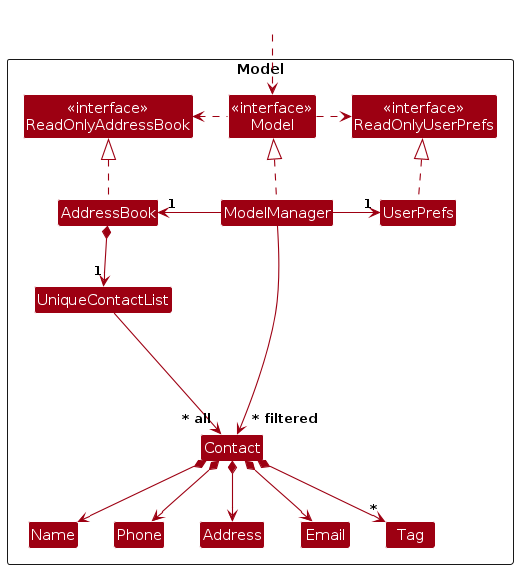
Earlier version of the PlantUML export diagrams/ModelClassDiagram.png (AY2324S1-CS2103T-T09-1/tp). Its source is kept beside it as diagrams/ModelClassDiagram.puml. The source it was exported from:
```plantuml
@startuml
!include style.puml
skinparam arrowThickness 1.1
skinparam arrowColor MODEL_COLOR
skinparam classBackgroundColor MODEL_COLOR

Package Model as ModelPackage <<Rectangle>>{
Class "<<interface>>\nReadOnlyAddressBook" as ReadOnlyAddressBook
Class "<<interface>>\nReadOnlyUserPrefs" as ReadOnlyUserPrefs
Class "<<interface>>\nModel" as Model
Class AddressBook
Class ModelManager
Class UserPrefs

Class UniqueContactList
Class Contact
Class Address
Class Email
Class Name
Class Phone
Class Tag

Class I #FFFFFF
}

Class HiddenOutside #FFFFFF
HiddenOutside ..> Model

AddressBook .up.|> ReadOnlyAddressBook

ModelManager .up.|> Model
Model .right.> ReadOnlyUserPrefs
Model .left.> ReadOnlyAddressBook
ModelManager -left-> "1" AddressBook
ModelManager -right-> "1" UserPrefs
UserPrefs .up.|> ReadOnlyUserPrefs

AddressBook *--> "1" UniqueContactList
UniqueContactList --> "~* all" Contact
Contact *--> Name
Contact *--> Phone
Contact *--> Email
Contact *--> Address
Contact *--> "*" Tag

Contact -[hidden]up--> I
UniqueContactList -[hidden]right-> I

Name -[hidden]right-> Phone
Phone -[hidden]right-> Address
Address -[hidden]right-> Email

ModelManager --> "~* filtered" Contact
@enduml
```
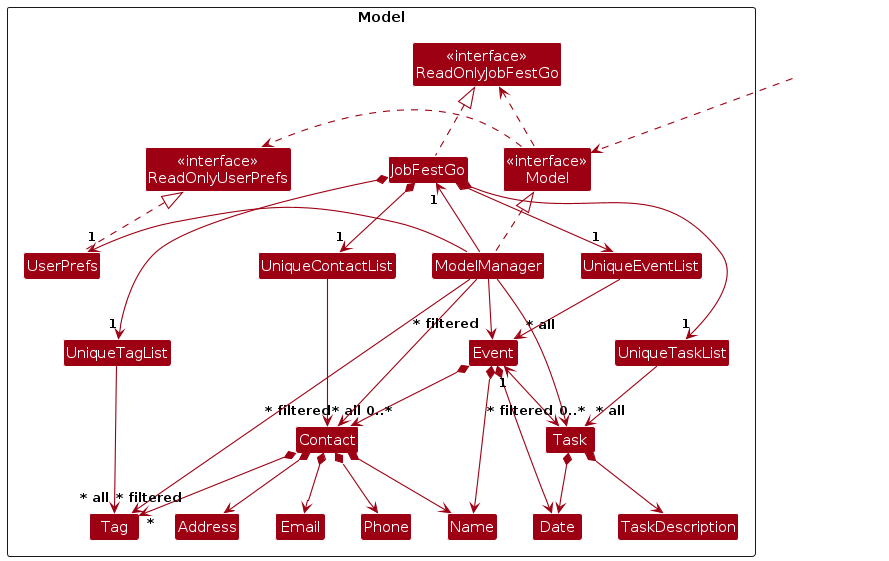
The same diagram one commit later.

Diff of the diagram source:
```diff
@@ -5,20 +5,27 @@
 skinparam classBackgroundColor MODEL_COLOR
 
 Package Model as ModelPackage <<Rectangle>>{
-Class "<<interface>>\nReadOnlyAddressBook" as ReadOnlyAddressBook
+Class "<<interface>>\nReadOnlyJobFestGo" as ReadOnlyJobFestGo
 Class "<<interface>>\nReadOnlyUserPrefs" as ReadOnlyUserPrefs
 Class "<<interface>>\nModel" as Model
-Class AddressBook
+Class JobFestGo
 Class ModelManager
 Class UserPrefs
 
 Class UniqueContactList
+Class UniqueTagList
+Class UniqueEventList
+Class UniqueTaskList
+Class Task
+Class Event
 Class Contact
 Class Address
 Class Email
 Class Name
 Class Phone
 Class Tag
+Class Date
+Class TaskDescription
 
 Class I #FFFFFF
 }
@@ -26,22 +33,34 @@
 Class HiddenOutside #FFFFFF
 HiddenOutside ..> Model
 
-AddressBook .up.|> ReadOnlyAddressBook
+JobFestGo .up.|> ReadOnlyJobFestGo
 
 ModelManager .up.|> Model
 Model .right.> ReadOnlyUserPrefs
-Model .left.> ReadOnlyAddressBook
-ModelManager -left-> "1" AddressBook
+Model .left.> ReadOnlyJobFestGo
+ModelManager -left-> "1" JobFestGo
 ModelManager -right-> "1" UserPrefs
 UserPrefs .up.|> ReadOnlyUserPrefs
 
-AddressBook *--> "1" UniqueContactList
+JobFestGo *--> "1" UniqueContactList
+JobFestGo *--> "1" UniqueTaskList
+JobFestGo *--> "1" UniqueEventList
+JobFestGo *--> "1" UniqueTagList
+UniqueEventList --> "~* all" Event
+UniqueTaskList --> "~* all" Task
+UniqueTagList --> "~* all" Tag
 UniqueContactList --> "~* all" Contact
 Contact *--> Name
 Contact *--> Phone
 Contact *--> Email
 Contact *--> Address
 Contact *--> "*" Tag
+Task *--> TaskDescription
+Task *--> Date
+Event *--> Date
+Event *--> Name
+Event *--> "0..*" Contact
+Event "1" <--> "0..*" Task
 
 Contact -[hidden]up--> I
 UniqueContactList -[hidden]right-> I
@@ -51,4 +70,7 @@
 Address -[hidden]right-> Email
 
 ModelManager --> "~* filtered" Contact
+ModelManager --> "~* filtered" Event
+ModelManager --> "~* filtered" Task
+ModelManager --> "~* filtered" Tag
 @enduml
```
